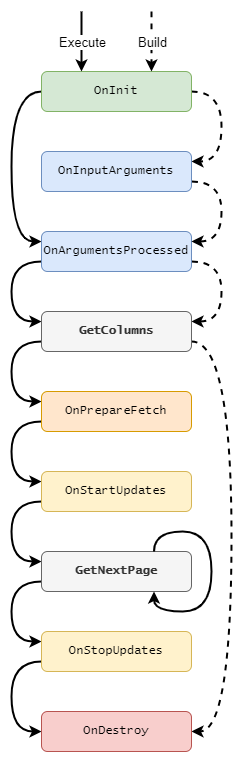
Above: user-guide/images/GQI_AdHocDataSourceLifeCycle.png in SkylineCommunications/dataminer-docs (draw.io), before the change. Source tidied: cells renumbered, new cells last; positions are measured from the earlier drawing's top-left corner, leaving out a move shared by most shapes. The source it was exported from:
```xml
<mxGraphModel>
  <root>
    <mxCell id="0" />
    <mxCell id="1" parent="0" />
    <mxCell id="2" style="edgeStyle=orthogonalEdgeStyle;shape=connector;curved=1;rounded=0;jettySize=auto;html=1;exitX=0;exitY=0.5;exitDx=0;exitDy=0;entryX=0;entryY=0.25;entryDx=0;entryDy=0;labelBackgroundColor=default;strokeColor=default;align=center;verticalAlign=middle;fontFamily=Helvetica;fontSize=11;fontColor=default;endArrow=classic;strokeWidth=2;" parent="1" edge="1" source="4" target="7">
      <mxGeometry relative="1" as="geometry">
        <Array as="points">
          <mxPoint y="80" />
          <mxPoint y="230" />
        </Array>
      </mxGeometry>
    </mxCell>
    <mxCell id="3" style="edgeStyle=orthogonalEdgeStyle;shape=connector;curved=1;rounded=0;jettySize=auto;html=1;exitX=1;exitY=0.5;exitDx=0;exitDy=0;entryX=1;entryY=0.25;entryDx=0;entryDy=0;dashed=1;labelBackgroundColor=default;strokeColor=default;strokeWidth=2;align=center;verticalAlign=middle;fontFamily=Helvetica;fontSize=11;fontColor=default;endArrow=classic;" parent="1" edge="1" source="4" target="9">
      <mxGeometry relative="1" as="geometry">
        <Array as="points">
          <mxPoint x="210" y="80" />
          <mxPoint x="210" y="150" />
        </Array>
      </mxGeometry>
    </mxCell>
    <mxCell id="4" value="OnInit" style="rounded=1;whiteSpace=wrap;html=1;fillColor=#d5e8d4;strokeColor=#82b366;fontFamily=Lucida Console;" parent="1" vertex="1">
      <mxGeometry x="30" y="60" width="150" height="40" as="geometry" />
    </mxCell>
    <mxCell id="5" style="edgeStyle=orthogonalEdgeStyle;shape=connector;curved=1;rounded=0;jettySize=auto;html=1;exitX=0;exitY=0.75;exitDx=0;exitDy=0;entryX=0;entryY=0.25;entryDx=0;entryDy=0;labelBackgroundColor=default;strokeColor=default;strokeWidth=2;align=center;verticalAlign=middle;fontFamily=Helvetica;fontSize=11;fontColor=default;endArrow=classic;" parent="1" edge="1" source="7" target="12">
      <mxGeometry relative="1" as="geometry">
        <Array as="points">
          <mxPoint y="250" />
          <mxPoint y="310" />
        </Array>
      </mxGeometry>
    </mxCell>
    <mxCell id="6" style="edgeStyle=orthogonalEdgeStyle;shape=connector;curved=1;rounded=0;jettySize=auto;html=1;exitX=1;exitY=0.75;exitDx=0;exitDy=0;entryX=1;entryY=0.25;entryDx=0;entryDy=0;dashed=1;labelBackgroundColor=default;strokeColor=default;strokeWidth=2;align=center;verticalAlign=middle;fontFamily=Helvetica;fontSize=11;fontColor=default;endArrow=classic;" parent="1" edge="1" source="7" target="12">
      <mxGeometry relative="1" as="geometry">
        <Array as="points">
          <mxPoint x="210" y="250" />
          <mxPoint x="210" y="310" />
        </Array>
      </mxGeometry>
    </mxCell>
    <mxCell id="7" value="OnArgumentsProcessed" style="rounded=1;whiteSpace=wrap;html=1;fillColor=#dae8fc;strokeColor=#6c8ebf;fontFamily=Lucida Console;" parent="1" vertex="1">
      <mxGeometry x="30" y="220" width="150" height="40" as="geometry" />
    </mxCell>
    <mxCell id="8" style="edgeStyle=orthogonalEdgeStyle;shape=connector;curved=1;rounded=0;jettySize=auto;html=1;exitX=1;exitY=0.75;exitDx=0;exitDy=0;entryX=1;entryY=0.25;entryDx=0;entryDy=0;dashed=1;labelBackgroundColor=default;strokeColor=default;strokeWidth=2;align=center;verticalAlign=middle;fontFamily=Helvetica;fontSize=11;fontColor=default;endArrow=classic;" parent="1" edge="1" source="9" target="7">
      <mxGeometry relative="1" as="geometry">
        <Array as="points">
          <mxPoint x="210" y="170" />
          <mxPoint x="210" y="230" />
        </Array>
      </mxGeometry>
    </mxCell>
    <mxCell id="9" value="OnInputArguments" style="rounded=1;whiteSpace=wrap;html=1;fillColor=#dae8fc;strokeColor=#6c8ebf;fontFamily=Lucida Console;" parent="1" vertex="1">
      <mxGeometry x="30" y="140" width="150" height="40" as="geometry" />
    </mxCell>
    <mxCell id="10" style="edgeStyle=orthogonalEdgeStyle;shape=connector;curved=1;rounded=0;jettySize=auto;html=1;exitX=0;exitY=0.75;exitDx=0;exitDy=0;entryX=0;entryY=0.25;entryDx=0;entryDy=0;labelBackgroundColor=default;strokeColor=default;strokeWidth=2;align=center;verticalAlign=middle;fontFamily=Helvetica;fontSize=11;fontColor=default;endArrow=classic;" parent="1" edge="1" source="12" target="14">
      <mxGeometry relative="1" as="geometry">
        <Array as="points">
          <mxPoint y="330" />
          <mxPoint y="390" />
        </Array>
      </mxGeometry>
    </mxCell>
    <mxCell id="11" style="edgeStyle=orthogonalEdgeStyle;shape=connector;curved=1;rounded=0;jettySize=auto;html=1;exitX=1;exitY=0.75;exitDx=0;exitDy=0;entryX=1;entryY=0.5;entryDx=0;entryDy=0;dashed=1;labelBackgroundColor=default;strokeColor=default;strokeWidth=2;align=center;verticalAlign=middle;fontFamily=Helvetica;fontSize=11;fontColor=default;endArrow=classic;" parent="1" edge="1" source="12" target="21">
      <mxGeometry relative="1" as="geometry">
        <Array as="points">
          <mxPoint x="220" y="330" />
          <mxPoint x="220" y="720" />
        </Array>
      </mxGeometry>
    </mxCell>
    <mxCell id="12" value="GetColumns" style="rounded=1;whiteSpace=wrap;html=1;fillColor=#f5f5f5;fontColor=#333333;strokeColor=#666666;fontFamily=Lucida Console;fontStyle=1;" parent="1" vertex="1">
      <mxGeometry x="30" y="300" width="150" height="40" as="geometry" />
    </mxCell>
    <mxCell id="13" style="edgeStyle=orthogonalEdgeStyle;shape=connector;curved=1;rounded=0;jettySize=auto;html=1;exitX=0;exitY=0.75;exitDx=0;exitDy=0;entryX=0;entryY=0.25;entryDx=0;entryDy=0;labelBackgroundColor=default;strokeColor=default;strokeWidth=2;align=center;verticalAlign=middle;fontFamily=Helvetica;fontSize=11;fontColor=default;endArrow=classic;" parent="1" edge="1" source="14" target="16">
      <mxGeometry relative="1" as="geometry">
        <Array as="points">
          <mxPoint y="410" />
          <mxPoint y="470" />
        </Array>
      </mxGeometry>
    </mxCell>
    <mxCell id="14" value="OnPrepareFetch" style="rounded=1;whiteSpace=wrap;html=1;fillColor=#ffe6cc;strokeColor=#d79b00;fontFamily=Lucida Console;" parent="1" vertex="1">
      <mxGeometry x="30" y="380" width="150" height="40" as="geometry" />
    </mxCell>
    <mxCell id="15" style="edgeStyle=orthogonalEdgeStyle;shape=connector;curved=1;rounded=0;jettySize=auto;html=1;exitX=0;exitY=0.75;exitDx=0;exitDy=0;entryX=0;entryY=0.25;entryDx=0;entryDy=0;labelBackgroundColor=default;strokeColor=default;strokeWidth=2;align=center;verticalAlign=middle;fontFamily=Helvetica;fontSize=11;fontColor=default;endArrow=classic;" parent="1" edge="1" source="16" target="18">
      <mxGeometry relative="1" as="geometry">
        <Array as="points">
          <mxPoint y="490" />
          <mxPoint y="550" />
        </Array>
      </mxGeometry>
    </mxCell>
    <mxCell id="16" value="OnStartUpdates" style="rounded=1;whiteSpace=wrap;html=1;fillColor=#fff2cc;strokeColor=#d6b656;fontFamily=Lucida Console;" parent="1" vertex="1">
      <mxGeometry x="30" y="460" width="150" height="40" as="geometry" />
    </mxCell>
    <mxCell id="17" style="edgeStyle=orthogonalEdgeStyle;shape=connector;curved=1;rounded=0;jettySize=auto;html=1;exitX=0;exitY=0.75;exitDx=0;exitDy=0;entryX=0;entryY=0.25;entryDx=0;entryDy=0;labelBackgroundColor=default;strokeColor=default;strokeWidth=2;align=center;verticalAlign=middle;fontFamily=Helvetica;fontSize=11;fontColor=default;endArrow=classic;" parent="1" edge="1" source="18" target="20">
      <mxGeometry relative="1" as="geometry">
        <Array as="points">
          <mxPoint y="570" />
          <mxPoint y="630" />
        </Array>
      </mxGeometry>
    </mxCell>
    <mxCell id="18" value="GetNextPage" style="rounded=1;whiteSpace=wrap;html=1;fillColor=#f5f5f5;fontColor=#333333;strokeColor=#666666;fontFamily=Lucida Console;fontStyle=1;" parent="1" vertex="1">
      <mxGeometry x="30" y="540" width="150" height="40" as="geometry" />
    </mxCell>
    <mxCell id="19" style="edgeStyle=orthogonalEdgeStyle;shape=connector;curved=1;rounded=0;jettySize=auto;html=1;exitX=0;exitY=0.75;exitDx=0;exitDy=0;entryX=0;entryY=0.5;entryDx=0;entryDy=0;labelBackgroundColor=default;strokeColor=default;strokeWidth=2;align=center;verticalAlign=middle;fontFamily=Helvetica;fontSize=11;fontColor=default;endArrow=classic;" parent="1" edge="1" source="20" target="21">
      <mxGeometry relative="1" as="geometry">
        <Array as="points">
          <mxPoint y="650" />
          <mxPoint y="720" />
        </Array>
      </mxGeometry>
    </mxCell>
    <mxCell id="20" value="OnStopUpdates" style="rounded=1;whiteSpace=wrap;html=1;fillColor=#fff2cc;strokeColor=#d6b656;fontFamily=Lucida Console;" parent="1" vertex="1">
      <mxGeometry x="30" y="620" width="150" height="40" as="geometry" />
    </mxCell>
    <mxCell id="21" value="OnDestroy" style="rounded=1;whiteSpace=wrap;html=1;fillColor=#f8cecc;strokeColor=#b85450;fontFamily=Lucida Console;" parent="1" vertex="1">
      <mxGeometry x="30" y="700" width="150" height="40" as="geometry" />
    </mxCell>
    <mxCell id="22" style="endArrow=classic;html=1;rounded=0;labelBackgroundColor=default;strokeColor=default;align=center;verticalAlign=middle;fontFamily=Helvetica;fontSize=11;fontColor=default;shape=connector;edgeStyle=orthogonalEdgeStyle;curved=1;entryX=0.25;entryY=0;entryDx=0;entryDy=0;strokeWidth=2;dashed=1;" parent="1" edge="1">
      <mxGeometry relative="1" as="geometry">
        <mxPoint x="140" as="sourcePoint" />
        <mxPoint x="140" y="60" as="targetPoint" />
      </mxGeometry>
    </mxCell>
    <mxCell id="23" value="Build" style="edgeLabel;html=1;align=center;verticalAlign=middle;fontSize=13;fontFamily=Helvetica;fontColor=default;" parent="22" vertex="1">
      <mxGeometry relative="1" as="geometry" />
    </mxCell>
    <mxCell id="24" style="edgeStyle=orthogonalEdgeStyle;shape=connector;curved=1;rounded=0;orthogonalLoop=1;jettySize=auto;html=1;exitX=0.75;exitY=0;exitDx=0;exitDy=0;entryX=0.75;entryY=1;entryDx=0;entryDy=0;labelBackgroundColor=default;strokeColor=default;strokeWidth=2;align=center;verticalAlign=middle;fontFamily=Helvetica;fontSize=11;fontColor=default;endArrow=classic;" parent="1" edge="1" source="18" target="18">
      <mxGeometry relative="1" as="geometry" />
    </mxCell>
    <mxCell id="25" style="endArrow=classic;html=1;rounded=0;labelBackgroundColor=default;strokeColor=default;align=center;verticalAlign=middle;fontFamily=Helvetica;fontSize=11;fontColor=default;shape=connector;edgeStyle=orthogonalEdgeStyle;curved=1;entryX=0.25;entryY=0;entryDx=0;entryDy=0;strokeWidth=2;" parent="1" edge="1">
      <mxGeometry relative="1" as="geometry">
        <mxPoint x="70" as="sourcePoint" />
        <mxPoint x="70" y="60" as="targetPoint" />
      </mxGeometry>
    </mxCell>
    <mxCell id="26" value="Execute" style="edgeLabel;html=1;align=center;verticalAlign=middle;fontSize=13;fontFamily=Helvetica;fontColor=default;" parent="25" vertex="1">
      <mxGeometry relative="1" as="geometry" />
    </mxCell>
  </root>
</mxGraphModel>
```
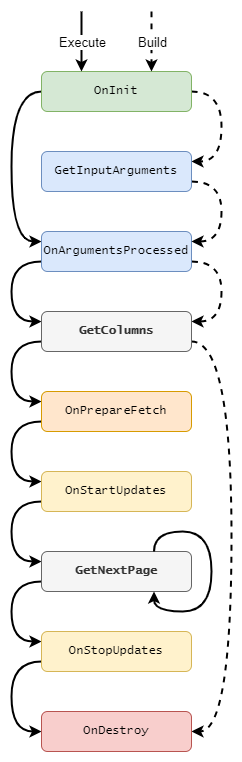
After the commit.

Commit message:
Correct OnInputArguments to GetInputArguments in the life cycle diagrams

Change to the diagram source:
```diff
@@ -48,7 +48,7 @@
         </Array>
       </mxGeometry>
     </mxCell>
-    <mxCell id="9" value="OnInputArguments" style="rounded=1;whiteSpace=wrap;html=1;fillColor=#dae8fc;strokeColor=#6c8ebf;fontFamily=Lucida Console;" parent="1" vertex="1">
+    <mxCell id="9" value="GetInputArguments" style="rounded=1;whiteSpace=wrap;html=1;fillColor=#dae8fc;strokeColor=#6c8ebf;fontFamily=Lucida Console;" parent="1" vertex="1">
       <mxGeometry x="30" y="140" width="150" height="40" as="geometry" />
     </mxCell>
     <mxCell id="10" style="edgeStyle=orthogonalEdgeStyle;shape=connector;curved=1;rounded=0;jettySize=auto;html=1;exitX=0;exitY=0.75;exitDx=0;exitDy=0;entryX=0;entryY=0.25;entryDx=0;entryDy=0;labelBackgroundColor=default;strokeColor=default;strokeWidth=2;align=center;verticalAlign=middle;fontFamily=Helvetica;fontSize=11;fontColor=default;endArrow=classic;" parent="1" edge="1" source="12" target="14">
```
